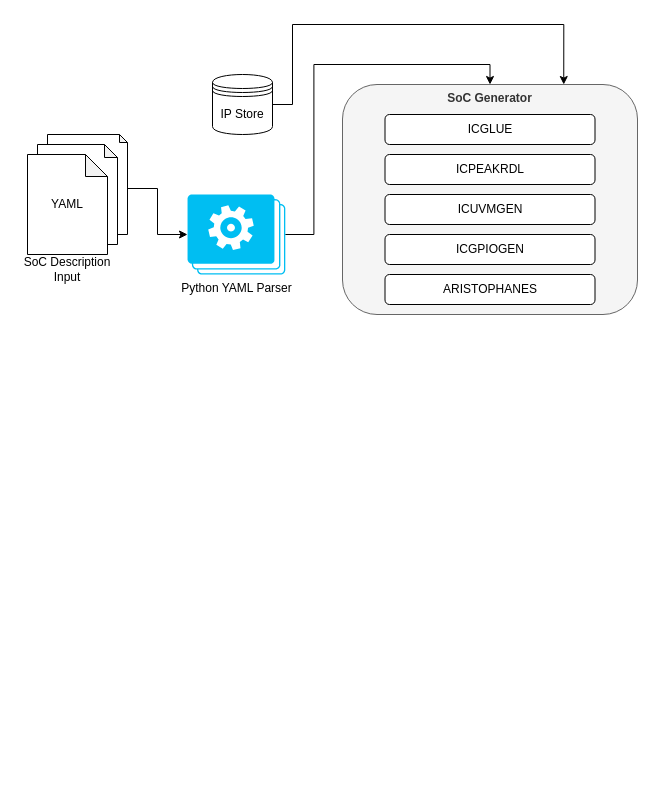
Saacman/soc_gen keeps this draw.io diagram as soc_gen_flow.drawio. Above is the earlier version. Source tidied: cells renumbered, new cells numbered last; positions are measured from the earlier drawing's top-left corner, leaving out a move shared by most shapes. Both pictures are drawn from the tidied source at 100%, with x=0, y=0 at pixel (17, 24). Pictures stored in the file or linked from it are replaced by grey dashed boxes.
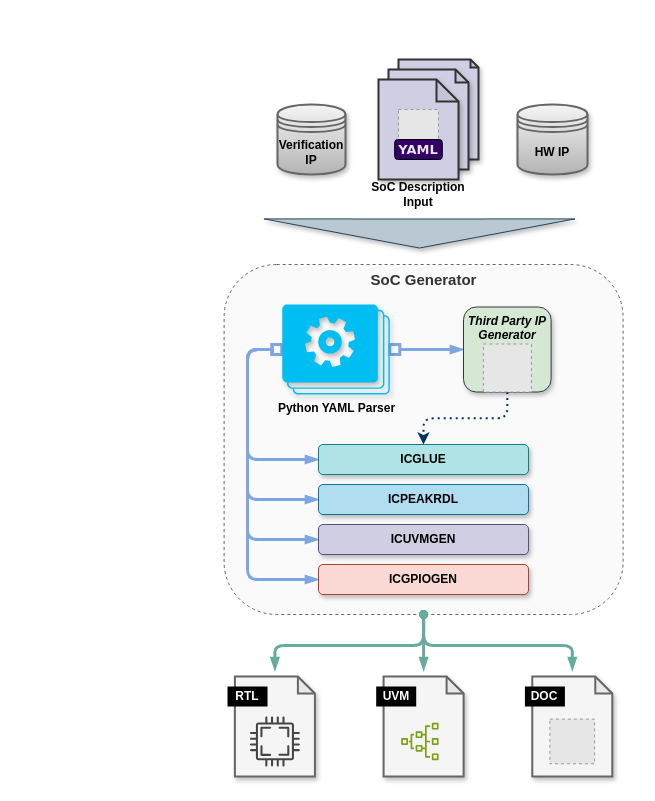
After the change.

Change to the diagram source:
```diff
@@
-    <mxCell id="2" style="edgeStyle=orthogonalEdgeStyle;rounded=0;jettySize=auto;html=1;exitX=0;exitY=0;exitDx=80;exitDy=54;exitPerimeter=0;" parent="1" edge="1" source="3" target="8">
-      <mxGeometry relative="1" as="geometry" />
-    </mxCell>
-    <mxCell id="3" style="shape=note;whiteSpace=wrap;html=1;backgroundOutline=1;darkOpacity=0.05;size=8;" parent="1" vertex="1">
-      <mxGeometry x="30" y="110" width="80" height="100" as="geometry" />
+    <mxCell id="3" style="shape=note;whiteSpace=wrap;html=1;backgroundOutline=1;darkOpacity=0.05;size=8;strokeWidth=2;perimeterSpacing=1;fillColor=#d0cee2;strokeColor=#333333;textShadow=0;shadow=1;" parent="1" vertex="1">
+      <mxGeometry x="381" y="35" width="80" height="100" as="geometry" />
     </mxCell>
-    <mxCell id="4" style="shape=note;whiteSpace=wrap;html=1;backgroundOutline=1;darkOpacity=0.05;size=13;" parent="1" vertex="1">
-      <mxGeometry x="20" y="120" width="80" height="100" as="geometry" />
+    <mxCell id="4" style="shape=note;whiteSpace=wrap;html=1;backgroundOutline=1;darkOpacity=0.05;size=13;strokeWidth=2;perimeterSpacing=1;fillColor=#d0cee2;strokeColor=#333333;textShadow=0;shadow=1;" parent="1" vertex="1">
+      <mxGeometry x="371" y="45" width="80" height="100" as="geometry" />
     </mxCell>
-    <mxCell id="5" value="YAML" style="shape=note;whiteSpace=wrap;html=1;backgroundOutline=1;darkOpacity=0.05;size=22;" parent="1" vertex="1">
-      <mxGeometry x="10" y="130" width="80" height="100" as="geometry" />
+    <mxCell id="5" style="shape=note;whiteSpace=wrap;html=1;backgroundOutline=1;darkOpacity=0.05;size=22;strokeWidth=2;perimeterSpacing=1;fillColor=#d0cee2;strokeColor=#333333;textShadow=0;shadow=1;" parent="1" vertex="1">
+      <mxGeometry x="361" y="55" width="80" height="100" as="geometry" />
     </mxCell>
-    <mxCell id="6" value="SoC Description Input" style="text;html=1;align=center;verticalAlign=middle;whiteSpace=wrap;rounded=0;" parent="1" vertex="1">
-      <mxGeometry y="230" width="100" height="30" as="geometry" />
+    <mxCell id="6" value="SoC Description Input" style="text;html=1;align=center;verticalAlign=middle;whiteSpace=wrap;rounded=0;strokeWidth=2;perimeterSpacing=1;fontStyle=1;" parent="1" vertex="1">
+      <mxGeometry x="351" y="155" width="100" height="30" as="geometry" />
     </mxCell>
-    <mxCell id="7" style="edgeStyle=orthogonalEdgeStyle;rounded=0;jettySize=auto;html=1;exitX=1;exitY=0.5;exitDx=0;exitDy=0;exitPerimeter=0;entryX=0.5;entryY=0;entryDx=0;entryDy=0;" parent="1" edge="1" source="8" target="9">
-      <mxGeometry relative="1" as="geometry" />
-    </mxCell>
+    <mxCell id="9" value="SoC Generator" style="rounded=1;whiteSpace=wrap;html=1;verticalAlign=top;fillColor=#FAFAFA;fontColor=#333333;strokeColor=#666666;fontStyle=1;dashed=1;shadow=0;glass=0;fontSize=15;" parent="1" vertex="1">
+      <mxGeometry x="206.6" y="240" width="399" height="350" as="geometry" />
+    </mxCell>
+    <mxCell id="17" style="edgeStyle=orthogonalEdgeStyle;rounded=1;jettySize=auto;html=1;exitX=1;exitY=0.5;exitDx=0;exitDy=0;exitPerimeter=0;entryX=0;entryY=0.5;entryDx=0;entryDy=0;strokeWidth=3;strokeColor=#7EA6E0;curved=0;startArrow=box;startFill=0;endArrow=blockThin;endFill=1;" parent="1" edge="1" source="8" target="14">
+      <mxGeometry relative="1" as="geometry" />
+    </mxCell>
+    <mxCell id="18" style="edgeStyle=orthogonalEdgeStyle;rounded=1;jettySize=auto;html=1;exitX=0;exitY=0.5;exitDx=0;exitDy=0;exitPerimeter=0;strokeWidth=3;curved=0;strokeColor=#7EA6E0;startArrow=box;startFill=0;endArrow=blockThin;endFill=1;entryX=0;entryY=0.5;entryDx=0;entryDy=0;" parent="1" edge="1" source="8" target="10">
+      <mxGeometry relative="1" as="geometry">
+        <Array as="points">
+          <mxPoint x="230" y="325" />
+          <mxPoint x="230" y="435" />
+        </Array>
+      </mxGeometry>
+    </mxCell>
+    <mxCell id="19" style="edgeStyle=orthogonalEdgeStyle;rounded=1;jettySize=auto;html=1;exitX=0;exitY=0.5;exitDx=0;exitDy=0;exitPerimeter=0;strokeWidth=3;curved=0;strokeColor=#7EA6E0;startArrow=box;startFill=0;endArrow=blockThin;endFill=1;entryX=0;entryY=0.5;entryDx=0;entryDy=0;" parent="1" edge="1" source="8" target="11">
+      <mxGeometry relative="1" as="geometry">
+        <Array as="points">
+          <mxPoint x="230" y="325" />
+          <mxPoint x="230" y="475" />
+        </Array>
+      </mxGeometry>
+    </mxCell>
+    <mxCell id="20" style="edgeStyle=orthogonalEdgeStyle;rounded=1;jettySize=auto;html=1;exitX=0;exitY=0.5;exitDx=0;exitDy=0;exitPerimeter=0;entryX=0;entryY=0.5;entryDx=0;entryDy=0;strokeWidth=3;curved=0;strokeColor=#7EA6E0;startArrow=box;startFill=0;endArrow=blockThin;endFill=1;" parent="1" edge="1" source="8" target="12">
+      <mxGeometry relative="1" as="geometry">
+        <Array as="points">
+          <mxPoint x="230" y="325" />
+          <mxPoint x="230" y="515" />
+        </Array>
+      </mxGeometry>
+    </mxCell>
+    <mxCell id="21" style="edgeStyle=orthogonalEdgeStyle;rounded=1;jettySize=auto;html=1;exitX=0;exitY=0.5;exitDx=0;exitDy=0;exitPerimeter=0;entryX=0;entryY=0.5;entryDx=0;entryDy=0;strokeWidth=3;curved=0;strokeColor=#7EA6E0;startArrow=box;startFill=0;endArrow=blockThin;endFill=1;" parent="1" edge="1" source="8" target="13">
+      <mxGeometry relative="1" as="geometry">
+        <Array as="points">
+          <mxPoint x="230" y="325" />
+          <mxPoint x="230" y="555" />
+        </Array>
+      </mxGeometry>
+    </mxCell>
-    <mxCell id="8" value="Python YAML Parser" style="verticalLabelPosition=bottom;html=1;verticalAlign=top;align=center;strokeColor=none;fillColor=#00BEF2;shape=mxgraph.azure.worker_roles;" parent="1" vertex="1">
-      <mxGeometry x="170" y="170" width="97.8" height="80" as="geometry" />
+    <mxCell id="8" value="Python YAML Parser" style="verticalLabelPosition=bottom;html=1;verticalAlign=top;align=center;strokeColor=none;fillColor=#00BEF2;shape=mxgraph.azure.worker_roles;shadow=1;fontStyle=1;" parent="1" vertex="1">
+      <mxGeometry x="264.7" y="280" width="107.6" height="90" as="geometry" />
     </mxCell>
-    <mxCell id="9" value="SoC Generator" style="rounded=1;whiteSpace=wrap;html=1;verticalAlign=top;fillColor=#f5f5f5;fontColor=#333333;strokeColor=#666666;fontStyle=1;" parent="1" vertex="1">
-      <mxGeometry x="325" y="60" width="295" height="230" as="geometry" />
-    </mxCell>
-    <mxCell id="10" value="ICGLUE" style="rounded=1;whiteSpace=wrap;html=1;" parent="1" vertex="1">
-      <mxGeometry x="367.5" y="90" width="210" height="30" as="geometry" />
+    <mxCell id="10" value="ICGLUE" style="rounded=1;whiteSpace=wrap;html=1;fillColor=#b0e3e6;strokeColor=#0e8088;fontStyle=1;shadow=1;" parent="1" vertex="1">
+      <mxGeometry x="301" y="420" width="210" height="30" as="geometry" />
     </mxCell>
-    <mxCell id="11" value="ICPEAKRDL" style="rounded=1;whiteSpace=wrap;html=1;" parent="1" vertex="1">
-      <mxGeometry x="367.5" y="130" width="210" height="30" as="geometry" />
+    <mxCell id="11" value="ICPEAKRDL" style="rounded=1;whiteSpace=wrap;html=1;fillColor=#b1ddf0;strokeColor=#10739e;fontStyle=1;shadow=1;" parent="1" vertex="1">
+      <mxGeometry x="301" y="460" width="210" height="30" as="geometry" />
     </mxCell>
-    <mxCell id="12" value="ICUVMGEN" style="rounded=1;whiteSpace=wrap;html=1;" parent="1" vertex="1">
-      <mxGeometry x="367.5" y="170" width="210" height="30" as="geometry" />
+    <mxCell id="12" value="ICUVMGEN" style="rounded=1;whiteSpace=wrap;html=1;fillColor=#d0cee2;strokeColor=#56517e;fontStyle=1;shadow=1;" parent="1" vertex="1">
+      <mxGeometry x="301" y="500" width="210" height="30" as="geometry" />
     </mxCell>
-    <mxCell id="13" value="ICGPIOGEN" style="rounded=1;whiteSpace=wrap;html=1;" parent="1" vertex="1">
-      <mxGeometry x="367.5" y="210" width="210" height="30" as="geometry" />
+    <mxCell id="13" value="ICGPIOGEN" style="rounded=1;whiteSpace=wrap;html=1;fillColor=#fad9d5;strokeColor=#ae4132;fontStyle=1;shadow=1;" parent="1" vertex="1">
+      <mxGeometry x="301" y="540" width="210" height="30" as="geometry" />
     </mxCell>
+    <mxCell id="22" style="edgeStyle=orthogonalEdgeStyle;rounded=1;jettySize=auto;html=1;exitX=0.5;exitY=1;exitDx=0;exitDy=0;entryX=0.5;entryY=0;entryDx=0;entryDy=0;dashed=1;strokeColor=#003366;curved=0;strokeWidth=2;dashPattern=1 2;" parent="1" edge="1" source="14" target="10">
+      <mxGeometry relative="1" as="geometry" />
+    </mxCell>
-    <mxCell id="14" value="ARISTOPHANES" style="rounded=1;whiteSpace=wrap;html=1;" parent="1" vertex="1">
-      <mxGeometry x="367.5" y="250" width="210" height="30" as="geometry" />
+    <mxCell id="14" value="&lt;i&gt;&lt;b&gt;Third Party IP Generator&lt;/b&gt;&lt;/i&gt;" style="rounded=1;whiteSpace=wrap;html=1;fillColor=#D5E8D4;strokeColor=#36393d;verticalAlign=top;shadow=1;" parent="1" vertex="1">
+      <mxGeometry x="446" y="282.5" width="87.6" height="85" as="geometry" />
     </mxCell>
-    <mxCell id="15" style="edgeStyle=orthogonalEdgeStyle;rounded=0;jettySize=auto;html=1;exitX=1;exitY=0.5;exitDx=0;exitDy=0;entryX=0.75;entryY=0;entryDx=0;entryDy=0;" parent="1" edge="1" source="16" target="9">
-      <mxGeometry relative="1" as="geometry">
-        <Array as="points">
-          <mxPoint x="275" y="80" />
-          <mxPoint x="275" />
-          <mxPoint x="546" />
-        </Array>
-      </mxGeometry>
-    </mxCell>
-    <mxCell id="16" value="IP Store" style="shape=datastore;whiteSpace=wrap;html=1;" parent="1" vertex="1">
-      <mxGeometry x="195" y="50" width="60" height="60" as="geometry" />
+    <mxCell id="16" value="Verification IP" style="shape=datastore;whiteSpace=wrap;html=1;strokeWidth=2;perimeterSpacing=1;fillColor=#f5f5f5;gradientColor=#b3b3b3;strokeColor=#666666;shadow=1;fontStyle=1;" parent="1" vertex="1">
+      <mxGeometry x="260" y="80" width="68" height="70" as="geometry" />
     </mxCell>
+    <mxCell id="23" value="HW IP" style="shape=datastore;whiteSpace=wrap;html=1;strokeWidth=2;perimeterSpacing=1;fillColor=#f5f5f5;gradientColor=#b3b3b3;strokeColor=#666666;shadow=1;fontStyle=1;" parent="1" vertex="1">
+      <mxGeometry x="500" y="80" width="70" height="70" as="geometry" />
+    </mxCell>
+    <mxCell id="24" style="shape=flexArrow;endArrow=classic;html=1;rounded=1;endWidth=176.31391200951248;endSize=9.358620689655172;width=133.79310344827587;fillColor=#bac8d3;strokeColor=#23445d;shadow=1;" parent="1" edge="1">
+      <mxGeometry relative="1" as="geometry">
+        <mxPoint x="402" y="194" as="sourcePoint" />
+        <mxPoint x="402" y="224" as="targetPoint" />
+      </mxGeometry>
+    </mxCell>
+    <mxCell id="25" style="group;shadow=1;" parent="1" vertex="1">
+      <mxGeometry x="358.7" y="652" width="87.4" height="100" as="geometry" />
+    </mxCell>
+    <mxCell id="26" style="shape=note;whiteSpace=wrap;html=1;backgroundOutline=1;darkOpacity=0.05;strokeWidth=2;perimeterSpacing=6;size=17;fillColor=#f5f5f5;fontColor=#333333;strokeColor=#666666;shadow=1;" parent="25" vertex="1">
+      <mxGeometry x="7.4" width="80" height="100" as="geometry" />
+    </mxCell>
+    <mxCell id="27" style="sketch=0;fontColor=#232F3E;gradientColor=none;fillColor=#7AA116;strokeColor=none;dashed=0;verticalLabelPosition=bottom;verticalAlign=top;align=center;html=1;fontSize=12;fontStyle=0;shape=mxgraph.aws4.iot_sitewise_asset_hierarchy;rotation=-90;" parent="25" vertex="1">
+      <mxGeometry x="25" y="46.3" width="37.4" height="37.4" as="geometry" />
+    </mxCell>
+    <mxCell id="28" value="UVM" style="rounded=0;whiteSpace=wrap;html=1;strokeColor=none;fillColor=#000000;fontColor=#FFFFFF;fontStyle=1;" parent="25" vertex="1">
+      <mxGeometry y="10" width="40" height="20" as="geometry" />
+    </mxCell>
+    <mxCell id="29" style="group;" parent="1" vertex="1">
+      <mxGeometry x="507.4" y="652" width="87.4" height="100" as="geometry" />
+    </mxCell>
+    <mxCell id="30" style="shape=note;whiteSpace=wrap;html=1;backgroundOutline=1;darkOpacity=0.05;strokeWidth=2;perimeterSpacing=6;size=17;fillColor=#f5f5f5;fontColor=#333333;strokeColor=#666666;shadow=1;" parent="29" vertex="1">
+      <mxGeometry x="7.4" width="80" height="100" as="geometry" />
+    </mxCell>
+    <mxCell id="31" value="&lt;b&gt;DOC&lt;/b&gt;" style="rounded=0;whiteSpace=wrap;html=1;strokeColor=none;fillColor=#000000;fontColor=#FFFFFF;" parent="29" vertex="1">
+      <mxGeometry y="10" width="40" height="20" as="geometry" />
+    </mxCell>
+    <mxCell id="32" style="fillColor=#E6E6E6;strokeColor=#999999;dashed=1;verticalLabelPosition=bottom;labelBackgroundColor=default;verticalAlign=top;" parent="29" vertex="1">
+      <mxGeometry x="25" y="42.6" width="44.7" height="44.7" as="geometry" />
+    </mxCell>
+    <mxCell id="33" style="group;shadow=0;fontStyle=1;" parent="1" vertex="1">
+      <mxGeometry x="210" y="652" width="87.4" height="100" as="geometry" />
+    </mxCell>
+    <mxCell id="34" style="shape=note;whiteSpace=wrap;html=1;backgroundOutline=1;darkOpacity=0.05;strokeWidth=2;perimeterSpacing=6;size=17;fillColor=#f5f5f5;fontColor=#333333;strokeColor=#666666;shadow=1;" parent="33" vertex="1">
+      <mxGeometry x="7.4" width="80" height="100" as="geometry" />
+    </mxCell>
+    <mxCell id="35" style="sketch=0;shadow=0;dashed=0;html=1;strokeColor=none;fillColor=#434445;labelPosition=center;verticalLabelPosition=bottom;verticalAlign=top;align=center;shape=mxgraph.vvd.cpu;" parent="33" vertex="1">
+      <mxGeometry x="22.4" y="40" width="50" height="50" as="geometry" />
+    </mxCell>
+    <mxCell id="36" value="RTL" style="rounded=0;whiteSpace=wrap;html=1;strokeColor=none;fillColor=#000000;fontColor=#FFFFFF;fontStyle=1;" parent="33" vertex="1">
+      <mxGeometry y="10" width="40" height="20" as="geometry" />
+    </mxCell>
+    <mxCell id="37" style="fillColor=#E6E6E6;strokeColor=#999999;dashed=1;html=1;verticalAlign=top;verticalLabelPosition=bottom;labelBackgroundColor=#ffffff;" parent="1" vertex="1">
+      <mxGeometry x="465.9" y="319.5" width="48" height="48" as="geometry" />
+    </mxCell>
+    <mxCell id="38" style="edgeStyle=orthogonalEdgeStyle;rounded=1;jettySize=auto;html=1;exitX=0.5;exitY=1;exitDx=0;exitDy=0;entryX=0.5;entryY=0;entryDx=0;entryDy=0;entryPerimeter=0;endArrow=blockThin;endFill=1;strokeColor=#67AB9F;startArrow=oval;startFill=1;curved=0;strokeWidth=3;" parent="1" edge="1" source="9" target="34">
+      <mxGeometry relative="1" as="geometry" />
+    </mxCell>
+    <mxCell id="39" style="edgeStyle=orthogonalEdgeStyle;rounded=1;jettySize=auto;html=1;exitX=0.5;exitY=1;exitDx=0;exitDy=0;entryX=0.5;entryY=0;entryDx=0;entryDy=0;entryPerimeter=0;endArrow=blockThin;endFill=1;strokeColor=#67AB9F;startArrow=oval;startFill=1;curved=0;strokeWidth=3;" parent="1" edge="1" source="9" target="26">
+      <mxGeometry relative="1" as="geometry" />
+    </mxCell>
+    <mxCell id="40" style="edgeStyle=orthogonalEdgeStyle;rounded=1;jettySize=auto;html=1;exitX=0.5;exitY=1;exitDx=0;exitDy=0;entryX=0.5;entryY=0;entryDx=0;entryDy=0;entryPerimeter=0;endArrow=blockThin;endFill=1;strokeColor=#67AB9F;startArrow=oval;startFill=1;curved=0;strokeWidth=3;" parent="1" edge="1" source="9" target="30">
+      <mxGeometry relative="1" as="geometry" />
+    </mxCell>
+    <mxCell id="41" style="fillColor=#E6E6E6;strokeColor=#999999;dashed=1;verticalLabelPosition=bottom;labelBackgroundColor=default;verticalAlign=top;" parent="1" vertex="1">
+      <mxGeometry x="381" y="85" width="40" height="40" as="geometry" />
+    </mxCell>
+    <mxCell id="42" value="YAML" style="rounded=1;whiteSpace=wrap;html=1;fillColor=#330066;fontColor=#E6E6E6;fontStyle=1;fontSize=13;fontFamily=Verdana;textShadow=0;shadow=0;" parent="1" vertex="1">
+      <mxGeometry x="377.2" y="115" width="47.6" height="20" as="geometry" />
+    </mxCell>
```
